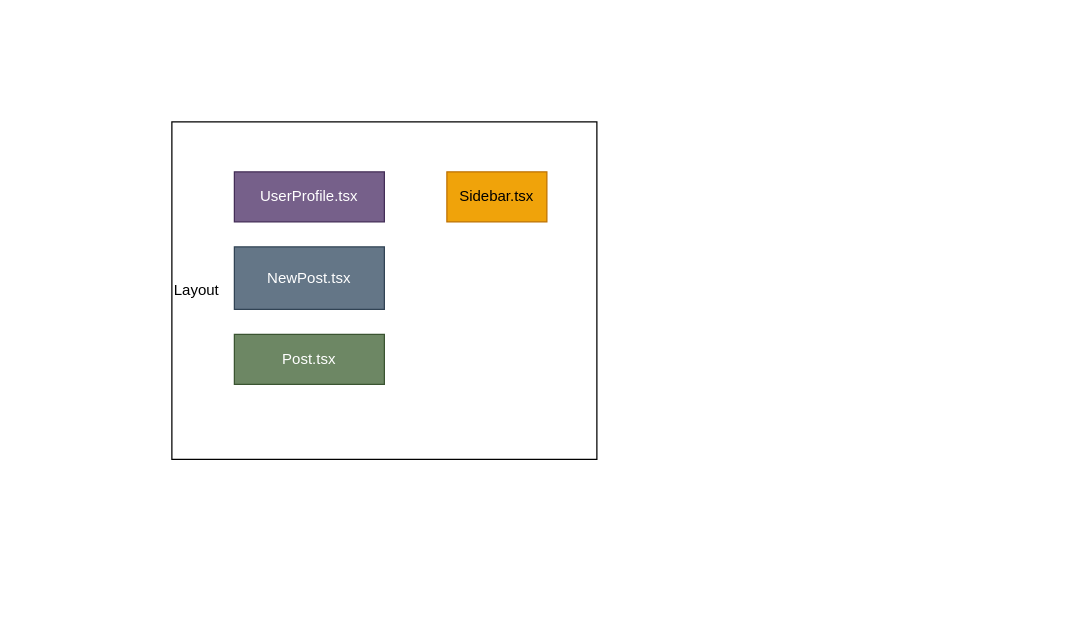
The draw.io diagram page "Profile.tsx" (3 of 5) of net_social.drawio in MillionerMIN/net-social, before the edit. Source tidied: cells renumbered, new cells numbered last; positions are measured from the earlier drawing's top-left corner, leaving out a move shared by most shapes. Both pictures are drawn from the tidied source at 125%, with x=0, y=0 at pixel (171, 121).
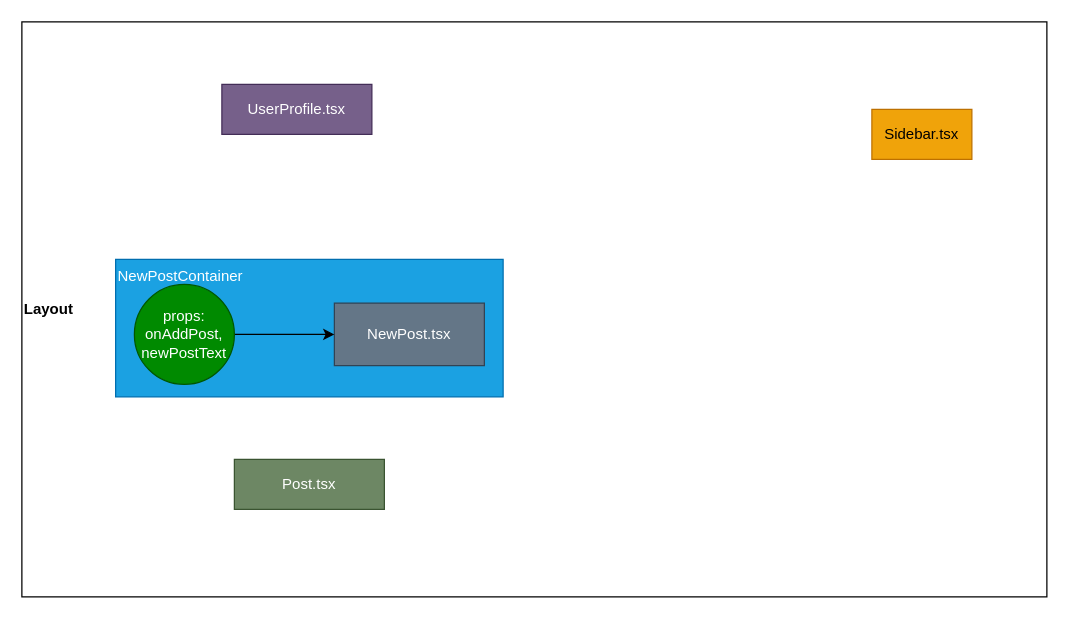
Above is the later version.

Diff of the diagram source:
```diff
@@
 <mxGraphModel>
   <root>
     <mxCell id="0" />
     <mxCell id="1" parent="0" />
-    <mxCell id="2" value="Layout" style="whiteSpace=wrap;html=1;align=left;fillColor=none;" parent="1" vertex="1">
-      <mxGeometry width="340" height="270" as="geometry" />
+    <mxCell id="2" value="Layout" style="whiteSpace=wrap;html=1;align=left;fillColor=none;fontStyle=1;" parent="1" vertex="1">
+      <mxGeometry x="-120" y="-80" width="820" height="460" as="geometry" />
     </mxCell>
+    <mxCell id="7" value="NewPostContainer" style="whiteSpace=wrap;html=1;align=left;verticalAlign=top;fillColor=#1ba1e2;fontColor=#ffffff;strokeColor=#006EAF;" parent="1" vertex="1">
+      <mxGeometry x="-45" y="110" width="310" height="110" as="geometry" />
+    </mxCell>
     <mxCell id="3" value="UserProfile.tsx" style="whiteSpace=wrap;html=1;fillColor=#76608a;strokeColor=#432D57;fontColor=#ffffff;" parent="1" vertex="1">
-      <mxGeometry x="50" y="40" width="120" height="40" as="geometry" />
+      <mxGeometry x="40" y="-30" width="120" height="40" as="geometry" />
     </mxCell>
     <mxCell id="4" value="NewPost.tsx" style="whiteSpace=wrap;html=1;fillColor=#647687;fontColor=#ffffff;strokeColor=#314354;" parent="1" vertex="1">
-      <mxGeometry x="50" y="100" width="120" height="50" as="geometry" />
+      <mxGeometry x="130" y="145" width="120" height="50" as="geometry" />
     </mxCell>
     <mxCell id="5" value="Post.tsx" style="whiteSpace=wrap;html=1;fillColor=#6d8764;fontColor=#ffffff;strokeColor=#3A5431;" parent="1" vertex="1">
-      <mxGeometry x="50" y="170" width="120" height="40" as="geometry" />
+      <mxGeometry x="50" y="270" width="120" height="40" as="geometry" />
     </mxCell>
     <mxCell id="6" value="Sidebar.tsx" style="whiteSpace=wrap;html=1;fillColor=#f0a30a;fontColor=#000000;strokeColor=#BD7000;" parent="1" vertex="1">
-      <mxGeometry x="220" y="40" width="80" height="40" as="geometry" />
+      <mxGeometry x="560" y="-10" width="80" height="40" as="geometry" />
     </mxCell>
+    <mxCell id="8" style="edgeStyle=none;html=1;" parent="1" edge="1" source="9" target="4">
+      <mxGeometry relative="1" as="geometry" />
+    </mxCell>
+    <mxCell id="9" value="props: onAddPost,&lt;br&gt;newPostText" style="ellipse;whiteSpace=wrap;html=1;fillColor=#008a00;fontColor=#ffffff;strokeColor=#005700;" parent="1" vertex="1">
+      <mxGeometry x="-30" y="130" width="80" height="80" as="geometry" />
+    </mxCell>
   </root>
 </mxGraphModel>
```
